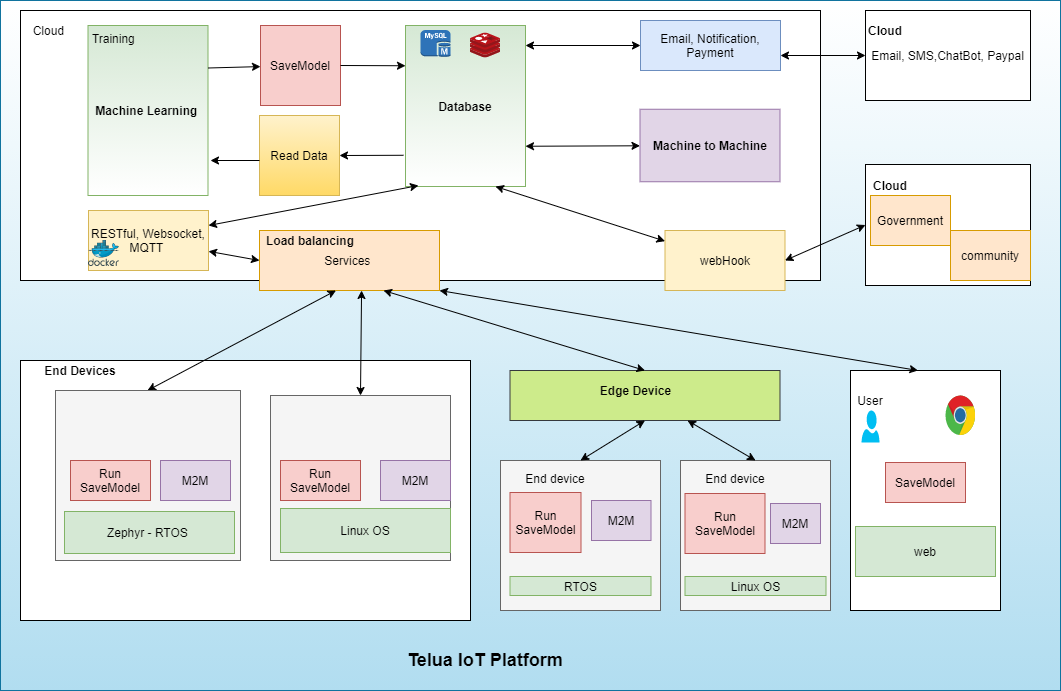
Before: machine_learning/machineLearning-overview.png, a diagram exported from draw.io (letrthong/uhes_visual_programing_iot). Source tidied: cells renumbered, new cells last; positions are measured from the earlier drawing's top-left corner, leaving out a move shared by most shapes.
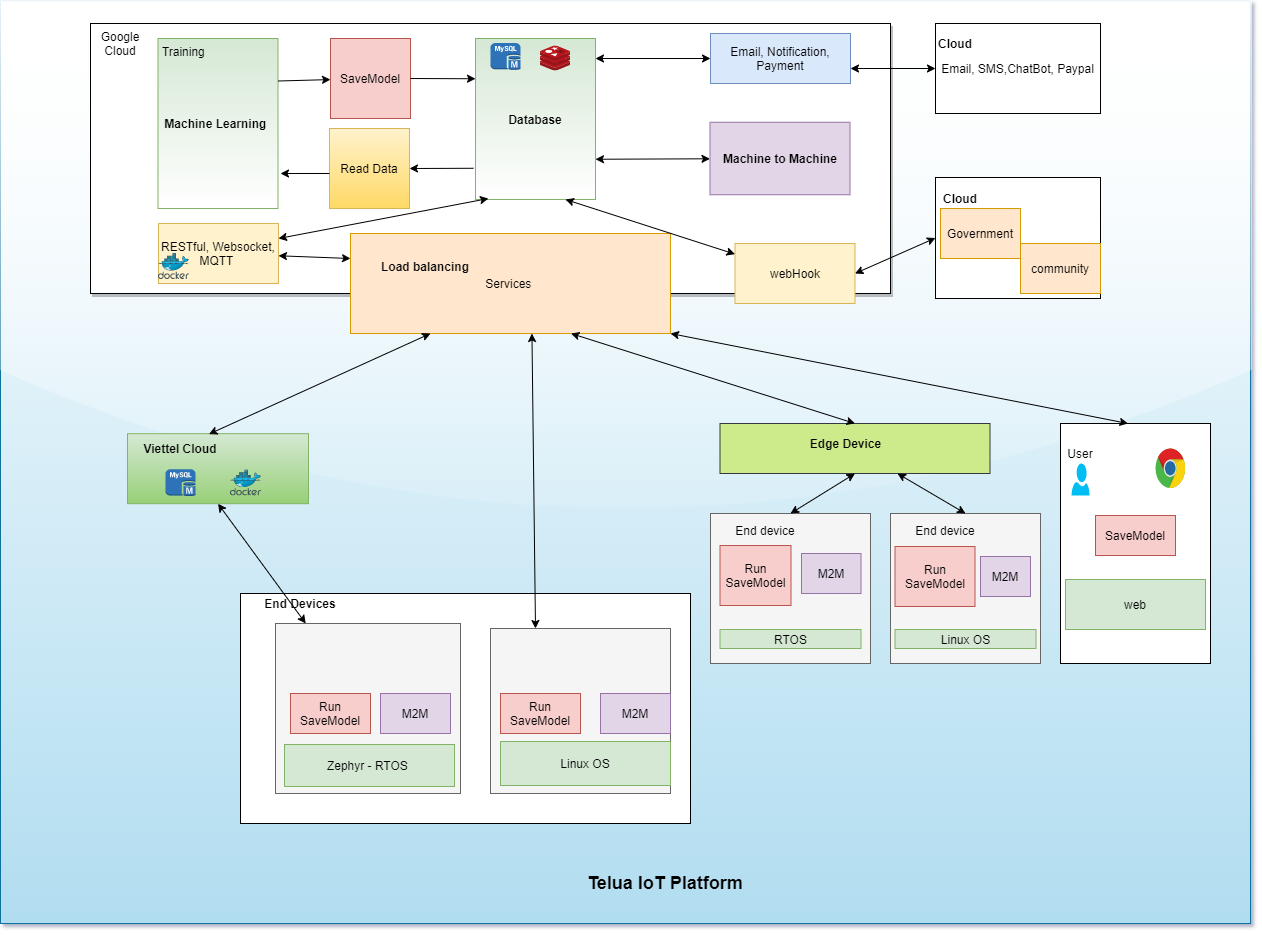
The same file after the commit.

Diff of the diagram source:
```diff
@@ -1,27 +1,27 @@
-<mxGraphModel>
+<mxGraphModel shadow="1">
   <root>
     <mxCell id="0" />
     <mxCell id="1" parent="0" />
-    <mxCell id="2" style="rounded=0;whiteSpace=wrap;html=1;fillColor=#b1ddf0;strokeColor=#10739e;gradientColor=#ffffff;gradientDirection=north;" parent="1" vertex="1">
-      <mxGeometry width="1060" height="690" as="geometry" />
+    <mxCell id="2" style="rounded=0;whiteSpace=wrap;html=1;fillColor=#b1ddf0;strokeColor=#10739e;gradientColor=#ffffff;gradientDirection=north;shadow=0;glass=1;" parent="1" vertex="1">
+      <mxGeometry x="-70" y="-12.8" width="1250" height="922.8" as="geometry" />
     </mxCell>
-    <mxCell id="3" style="rounded=0;whiteSpace=wrap;html=1;" parent="1" vertex="1">
+    <mxCell id="3" style="rounded=0;whiteSpace=wrap;html=1;shadow=1;sketch=0;" parent="1" vertex="1">
       <mxGeometry x="20" y="10" width="800" height="270" as="geometry" />
     </mxCell>
     <mxCell id="4" value="s" style="rounded=0;whiteSpace=wrap;html=1;" parent="1" vertex="1">
-      <mxGeometry x="850" y="370" width="150" height="240" as="geometry" />
+      <mxGeometry x="990" y="410" width="150" height="240" as="geometry" />
     </mxCell>
     <mxCell id="5" style="rounded=0;whiteSpace=wrap;html=1;" parent="1" vertex="1">
-      <mxGeometry x="20" y="360" width="450" height="260" as="geometry" />
+      <mxGeometry x="170" y="580" width="450" height="230" as="geometry" />
     </mxCell>
-    <mxCell id="6" value="Cloud&amp;nbsp;" style="text;html=1;strokeColor=none;fillColor=none;align=center;verticalAlign=middle;whiteSpace=wrap;rounded=0;" parent="1" vertex="1">
+    <mxCell id="6" value="Google Cloud" style="text;html=1;strokeColor=none;fillColor=none;align=center;verticalAlign=middle;whiteSpace=wrap;rounded=0;" parent="1" vertex="1">
       <mxGeometry x="30" y="20" width="40" height="20" as="geometry" />
     </mxCell>
     <mxCell id="7" value="User" style="text;html=1;strokeColor=none;fillColor=none;align=center;verticalAlign=middle;whiteSpace=wrap;rounded=0;" parent="1" vertex="1">
-      <mxGeometry x="850" y="390" width="40" height="20" as="geometry" />
+      <mxGeometry x="990" y="430" width="40" height="20" as="geometry" />
     </mxCell>
     <mxCell id="8" value="Services&amp;nbsp;" style="rounded=0;whiteSpace=wrap;html=1;fillColor=#ffe6cc;strokeColor=#d79b00;" parent="1" vertex="1">
-      <mxGeometry x="259" y="230" width="180" height="60" as="geometry" />
+      <mxGeometry x="280" y="220" width="320" height="100" as="geometry" />
     </mxCell>
     <mxCell id="9" value="&lt;b&gt;Machine Learning&amp;nbsp;&lt;/b&gt;" style="rounded=0;whiteSpace=wrap;html=1;fillColor=#d5e8d4;strokeColor=#82b366;gradientColor=#ffffff;" parent="1" vertex="1">
       <mxGeometry x="87.5" y="25" width="120" height="170" as="geometry" />
@@ -29,18 +29,16 @@
     <mxCell id="10" value="&lt;b&gt;Database&lt;/b&gt;" style="rounded=0;whiteSpace=wrap;html=1;fillColor=#d5e8d4;strokeColor=#82b366;gradientColor=#ffffff;" parent="1" vertex="1">
       <mxGeometry x="405" y="25" width="120" height="161" as="geometry" />
     </mxCell>
-    <mxCell id="11" style="endArrow=classic;startArrow=classic;html=1;entryX=0.425;entryY=1;entryDx=0;entryDy=0;entryPerimeter=0;" parent="1" edge="1" target="8">
-      <mxGeometry relative="1" as="geometry">
-        <mxPoint x="147" y="390" as="sourcePoint" />
-      </mxGeometry>
+    <mxCell id="11" style="endArrow=classic;startArrow=classic;html=1;entryX=0.5;entryY=1;entryDx=0;entryDy=0;" parent="1" edge="1" source="12" target="71">
+      <mxGeometry relative="1" as="geometry" />
     </mxCell>
     <mxCell id="12" style="rounded=0;whiteSpace=wrap;html=1;fillColor=#f5f5f5;strokeColor=#666666;fontColor=#333333;" parent="1" vertex="1">
-      <mxGeometry x="55" y="390" width="185" height="170" as="geometry" />
+      <mxGeometry x="205" y="610" width="185" height="170" as="geometry" />
     </mxCell>
     <mxCell id="13" style="rounded=0;whiteSpace=wrap;html=1;fillColor=#f5f5f5;strokeColor=#666666;fontColor=#333333;" parent="1" vertex="1">
-      <mxGeometry x="270" y="395" width="180" height="165" as="geometry" />
+      <mxGeometry x="420" y="615" width="180" height="165" as="geometry" />
     </mxCell>
-    <mxCell id="14" style="endArrow=classic;startArrow=classic;html=1;exitX=0.5;exitY=0;exitDx=0;exitDy=0;entryX=0.567;entryY=1;entryDx=0;entryDy=0;entryPerimeter=0;" parent="1" edge="1" source="13" target="8">
+    <mxCell id="14" style="endArrow=classic;startArrow=classic;html=1;exitX=0.25;exitY=0;exitDx=0;exitDy=0;entryX=0.567;entryY=1;entryDx=0;entryDy=0;entryPerimeter=0;" parent="1" edge="1" source="13" target="8">
       <mxGeometry relative="1" as="geometry" />
     </mxCell>
     <mxCell id="15" style="endArrow=classic;startArrow=classic;html=1;exitX=1;exitY=1;exitDx=0;exitDy=0;entryX=0.45;entryY=0;entryDx=0;entryDy=0;entryPerimeter=0;" parent="1" edge="1" source="8" target="4">
@@ -68,22 +66,22 @@
       <mxGeometry relative="1" as="geometry" />
     </mxCell>
     <mxCell id="22" value="Run SaveModel" style="rounded=0;whiteSpace=wrap;html=1;fillColor=#f8cecc;strokeColor=#b85450;" parent="1" vertex="1">
-      <mxGeometry x="70" y="460" width="80" height="40" as="geometry" />
+      <mxGeometry x="220" y="680" width="80" height="40" as="geometry" />
     </mxCell>
     <mxCell id="23" value="Run SaveModel" style="rounded=0;whiteSpace=wrap;html=1;fillColor=#f8cecc;strokeColor=#b85450;" parent="1" vertex="1">
-      <mxGeometry x="280" y="460" width="80" height="40" as="geometry" />
+      <mxGeometry x="430" y="680" width="80" height="40" as="geometry" />
     </mxCell>
     <mxCell id="24" value="Training&amp;nbsp;" style="text;html=1;strokeColor=none;fillColor=none;align=center;verticalAlign=middle;whiteSpace=wrap;rounded=0;" parent="1" vertex="1">
       <mxGeometry x="80" y="23" width="70" height="30" as="geometry" />
     </mxCell>
     <mxCell id="25" value="&lt;b&gt;End Devices&lt;/b&gt;" style="text;html=1;strokeColor=none;fillColor=none;align=center;verticalAlign=middle;whiteSpace=wrap;rounded=0;" parent="1" vertex="1">
-      <mxGeometry x="30" y="360" width="100" height="20" as="geometry" />
+      <mxGeometry x="180" y="580" width="100" height="20" as="geometry" />
     </mxCell>
     <mxCell id="26" value="M2M" style="rounded=0;whiteSpace=wrap;html=1;fillColor=#e1d5e7;strokeColor=#9673a6;" parent="1" vertex="1">
-      <mxGeometry x="160" y="460" width="70" height="40" as="geometry" />
+      <mxGeometry x="310" y="680" width="70" height="40" as="geometry" />
     </mxCell>
     <mxCell id="27" value="M2M" style="rounded=0;whiteSpace=wrap;html=1;fillColor=#e1d5e7;strokeColor=#9673a6;" parent="1" vertex="1">
-      <mxGeometry x="380" y="460" width="70" height="40" as="geometry" />
+      <mxGeometry x="530" y="680" width="70" height="40" as="geometry" />
     </mxCell>
     <mxCell id="28" value="&lt;b&gt;Machine to Machine&lt;/b&gt;" style="rounded=0;whiteSpace=wrap;html=1;fillColor=#e1d5e7;strokeColor=#9673a6;" parent="1" vertex="1">
       <mxGeometry x="639.5" y="108.8" width="140" height="72.5" as="geometry" />
@@ -92,55 +90,55 @@
       <mxGeometry relative="1" as="geometry" />
     </mxCell>
     <mxCell id="30" value="&lt;b&gt;&lt;font style=&quot;font-size: 18px&quot;&gt;Telua IoT Platform&lt;/font&gt;&lt;/b&gt;" style="text;html=1;strokeColor=none;fillColor=none;align=center;verticalAlign=middle;whiteSpace=wrap;rounded=0;" parent="1" vertex="1">
-      <mxGeometry x="380" y="650" width="210" height="20" as="geometry" />
+      <mxGeometry x="490" y="860" width="210" height="20" as="geometry" />
     </mxCell>
     <mxCell id="31" value="Zephyr - RTOS&amp;nbsp;" style="rounded=0;whiteSpace=wrap;html=1;fillColor=#d5e8d4;strokeColor=#82b366;gradientDirection=east;" parent="1" vertex="1">
-      <mxGeometry x="64" y="511" width="170" height="42" as="geometry" />
+      <mxGeometry x="214" y="731" width="170" height="42" as="geometry" />
     </mxCell>
     <mxCell id="32" value="Linux OS" style="rounded=0;whiteSpace=wrap;html=1;fillColor=#d5e8d4;strokeColor=#82b366;" parent="1" vertex="1">
-      <mxGeometry x="280" y="508" width="170" height="44" as="geometry" />
+      <mxGeometry x="430" y="728" width="170" height="44" as="geometry" />
     </mxCell>
     <mxCell id="33" value="web" style="rounded=0;whiteSpace=wrap;html=1;fillColor=#d5e8d4;strokeColor=#82b366;" parent="1" vertex="1">
-      <mxGeometry x="855" y="526" width="140" height="50" as="geometry" />
+      <mxGeometry x="995" y="566" width="140" height="50" as="geometry" />
     </mxCell>
     <mxCell id="34" value="SaveModel" style="rounded=0;whiteSpace=wrap;html=1;fillColor=#f8cecc;strokeColor=#b85450;" parent="1" vertex="1">
-      <mxGeometry x="885" y="462" width="80" height="40" as="geometry" />
+      <mxGeometry x="1025" y="502" width="80" height="40" as="geometry" />
     </mxCell>
     <mxCell id="35" style="rounded=0;whiteSpace=wrap;html=1;fillColor=#cdeb8b;strokeColor=#36393d;" parent="1" vertex="1">
-      <mxGeometry x="509.5" y="370" width="270" height="50" as="geometry" />
+      <mxGeometry x="649.5" y="410" width="270" height="50" as="geometry" />
     </mxCell>
     <mxCell id="36" style="endArrow=classic;startArrow=classic;html=1;entryX=0.689;entryY=1;entryDx=0;entryDy=0;entryPerimeter=0;exitX=0.5;exitY=0;exitDx=0;exitDy=0;" parent="1" edge="1" source="35" target="8">
       <mxGeometry relative="1" as="geometry" />
     </mxCell>
     <mxCell id="37" value="&lt;b&gt;Edge Device&lt;/b&gt;" style="text;html=1;strokeColor=none;fillColor=none;align=center;verticalAlign=middle;whiteSpace=wrap;rounded=0;" parent="1" vertex="1">
-      <mxGeometry x="589.5" y="375" width="91" height="30" as="geometry" />
+      <mxGeometry x="729.5" y="415" width="91" height="30" as="geometry" />
     </mxCell>
     <mxCell id="38" style="rounded=0;whiteSpace=wrap;html=1;fillColor=#f5f5f5;strokeColor=#666666;fontColor=#333333;" parent="1" vertex="1">
-      <mxGeometry x="500" y="460" width="160" height="150" as="geometry" />
+      <mxGeometry x="640" y="500" width="160" height="150" as="geometry" />
     </mxCell>
     <mxCell id="39" value="Run SaveModel" style="rounded=0;whiteSpace=wrap;html=1;fillColor=#f8cecc;strokeColor=#b85450;" parent="1" vertex="1">
-      <mxGeometry x="509.5" y="492" width="71" height="60" as="geometry" />
+      <mxGeometry x="649.5" y="532" width="71" height="60" as="geometry" />
     </mxCell>
     <mxCell id="40" value="M2M" style="rounded=0;whiteSpace=wrap;html=1;fillColor=#e1d5e7;strokeColor=#9673a6;" parent="1" vertex="1">
-      <mxGeometry x="591" y="500" width="59.5" height="40" as="geometry" />
+      <mxGeometry x="731" y="540" width="59.5" height="40" as="geometry" />
     </mxCell>
     <mxCell id="41" value="&amp;nbsp;RTOS&amp;nbsp;" style="rounded=0;whiteSpace=wrap;html=1;fillColor=#d5e8d4;strokeColor=#82b366;gradientDirection=east;" parent="1" vertex="1">
-      <mxGeometry x="509.5" y="576" width="141" height="19" as="geometry" />
+      <mxGeometry x="649.5" y="616" width="141" height="19" as="geometry" />
     </mxCell>
     <mxCell id="42" style="endArrow=classic;startArrow=classic;html=1;exitX=0.5;exitY=0;exitDx=0;exitDy=0;entryX=0.5;entryY=1;entryDx=0;entryDy=0;" parent="1" edge="1" source="38" target="35">
       <mxGeometry relative="1" as="geometry" />
     </mxCell>
     <mxCell id="43" style="rounded=0;whiteSpace=wrap;html=1;fillColor=#f5f5f5;strokeColor=#666666;fontColor=#333333;" parent="1" vertex="1">
-      <mxGeometry x="680" y="460" width="150" height="150" as="geometry" />
+      <mxGeometry x="820" y="500" width="150" height="150" as="geometry" />
     </mxCell>
     <mxCell id="44" value="Run SaveModel" style="rounded=0;whiteSpace=wrap;html=1;fillColor=#f8cecc;strokeColor=#b85450;" parent="1" vertex="1">
-      <mxGeometry x="684.5" y="493" width="80" height="60" as="geometry" />
+      <mxGeometry x="824.5" y="533" width="80" height="60" as="geometry" />
     </mxCell>
     <mxCell id="45" value="M2M" style="rounded=0;whiteSpace=wrap;html=1;fillColor=#e1d5e7;strokeColor=#9673a6;" parent="1" vertex="1">
-      <mxGeometry x="770" y="503" width="50" height="40" as="geometry" />
+      <mxGeometry x="910" y="543" width="50" height="40" as="geometry" />
     </mxCell>
     <mxCell id="46" value="Linux OS" style="rounded=0;whiteSpace=wrap;html=1;fillColor=#d5e8d4;strokeColor=#82b366;gradientDirection=east;" parent="1" vertex="1">
-      <mxGeometry x="684.5" y="576" width="141" height="19" as="geometry" />
+      <mxGeometry x="824.5" y="616" width="141" height="19" as="geometry" />
     </mxCell>
     <mxCell id="47" style="endArrow=classic;startArrow=classic;html=1;exitX=0.5;exitY=0;exitDx=0;exitDy=0;" parent="1" edge="1" source="43" target="35">
       <mxGeometry relative="1" as="geometry" />
@@ -161,16 +159,16 @@
       <mxGeometry relative="1" as="geometry" />
     </mxCell>
     <mxCell id="53" value="End device" style="text;html=1;strokeColor=none;fillColor=none;align=center;verticalAlign=middle;whiteSpace=wrap;rounded=0;" parent="1" vertex="1">
-      <mxGeometry x="509.5" y="467.5" width="90" height="20" as="geometry" />
+      <mxGeometry x="649.5" y="507.5" width="90" height="20" as="geometry" />
     </mxCell>
     <mxCell id="54" value="End device" style="text;html=1;strokeColor=none;fillColor=none;align=center;verticalAlign=middle;whiteSpace=wrap;rounded=0;" parent="1" vertex="1">
-      <mxGeometry x="689.5" y="467.5" width="90" height="20" as="geometry" />
+      <mxGeometry x="829.5" y="507.5" width="90" height="20" as="geometry" />
     </mxCell>
     <mxCell id="55" style="dashed=0;html=1;align=center;labelPosition=center;verticalLabelPosition=bottom;verticalAlign=top;shape=mxgraph.weblogos.chrome;" parent="1" vertex="1">
-      <mxGeometry x="945" y="395" width="30" height="40.4" as="geometry" />
+      <mxGeometry x="1085" y="435" width="30" height="40.4" as="geometry" />
     </mxCell>
     <mxCell id="56" value="&lt;b&gt;Load balancing&lt;/b&gt;" style="text;html=1;strokeColor=none;fillColor=none;align=center;verticalAlign=middle;whiteSpace=wrap;rounded=0;" parent="1" vertex="1">
-      <mxGeometry x="260" y="230" width="100" height="20" as="geometry" />
+      <mxGeometry x="305" y="242.8" width="100" height="20" as="geometry" />
     </mxCell>
     <mxCell id="57" value="Email, SMS,ChatBot, Paypal" style="rounded=0;whiteSpace=wrap;html=1;" parent="1" vertex="1">
       <mxGeometry x="865" y="10" width="165" height="90" as="geometry" />
@@ -209,14 +207,29 @@
     <mxCell id="67" style="html=1;align=center;image;fontSize=12;image=img/lib/mscae/Docker.svg;" parent="1" vertex="1">
       <mxGeometry x="88" y="240" width="31.1" height="25.5" as="geometry" />
     </mxCell>
-    <mxCell id="68" style="endArrow=classic;startArrow=classic;html=1;entryX=0;entryY=0.5;entryDx=0;entryDy=0;" parent="1" edge="1" source="66" target="8">
+    <mxCell id="68" style="endArrow=classic;startArrow=classic;html=1;entryX=0;entryY=0.25;entryDx=0;entryDy=0;" parent="1" edge="1" source="66" target="8">
       <mxGeometry relative="1" as="geometry" />
     </mxCell>
     <mxCell id="69" style="verticalLabelPosition=bottom;html=1;verticalAlign=top;align=center;strokeColor=none;fillColor=#00BEF2;shape=mxgraph.azure.user;" parent="1" vertex="1">
-      <mxGeometry x="861" y="410" width="18" height="32" as="geometry" />
+      <mxGeometry x="1001" y="450" width="18" height="32" as="geometry" />
     </mxCell>
     <mxCell id="70" style="endArrow=classic;startArrow=classic;html=1;exitX=1;exitY=0.25;exitDx=0;exitDy=0;entryX=0.108;entryY=0.994;entryDx=0;entryDy=0;entryPerimeter=0;" parent="1" edge="1" source="66" target="10">
       <mxGeometry relative="1" as="geometry" />
     </mxCell>
+    <mxCell id="71" style="rounded=0;whiteSpace=wrap;html=1;gradientColor=#97d077;fillColor=#d5e8d4;strokeColor=#82b366;" parent="1" vertex="1">
+      <mxGeometry x="57" y="420.2" width="181" height="70" as="geometry" />
+    </mxCell>
+    <mxCell id="72" value="&lt;b&gt;Viettel Cloud&lt;/b&gt;" style="text;html=1;strokeColor=none;fillColor=none;align=center;verticalAlign=middle;whiteSpace=wrap;rounded=0;" parent="1" vertex="1">
+      <mxGeometry x="70" y="425" width="80" height="20" as="geometry" />
+    </mxCell>
+    <mxCell id="73" style="endArrow=classic;startArrow=classic;html=1;exitX=0.45;exitY=0.006;exitDx=0;exitDy=0;exitPerimeter=0;entryX=0.25;entryY=1;entryDx=0;entryDy=0;" parent="1" edge="1" source="71" target="8">
+      <mxGeometry relative="1" as="geometry" />
+    </mxCell>
+    <mxCell id="74" style="dashed=0;verticalLabelPosition=bottom;verticalAlign=top;align=center;html=1;shape=mxgraph.aws3.mysql_db_instance;fillColor=#2E73B8;gradientColor=none;" parent="1" vertex="1">
+      <mxGeometry x="95" y="455.8" width="30" height="27" as="geometry" />
+    </mxCell>
+    <mxCell id="75" style="html=1;align=center;image;fontSize=12;image=img/lib/mscae/Docker.svg;" parent="1" vertex="1">
+      <mxGeometry x="160" y="456.5" width="31.1" height="25.5" as="geometry" />
+    </mxCell>
   </root>
 </mxGraphModel>
```
